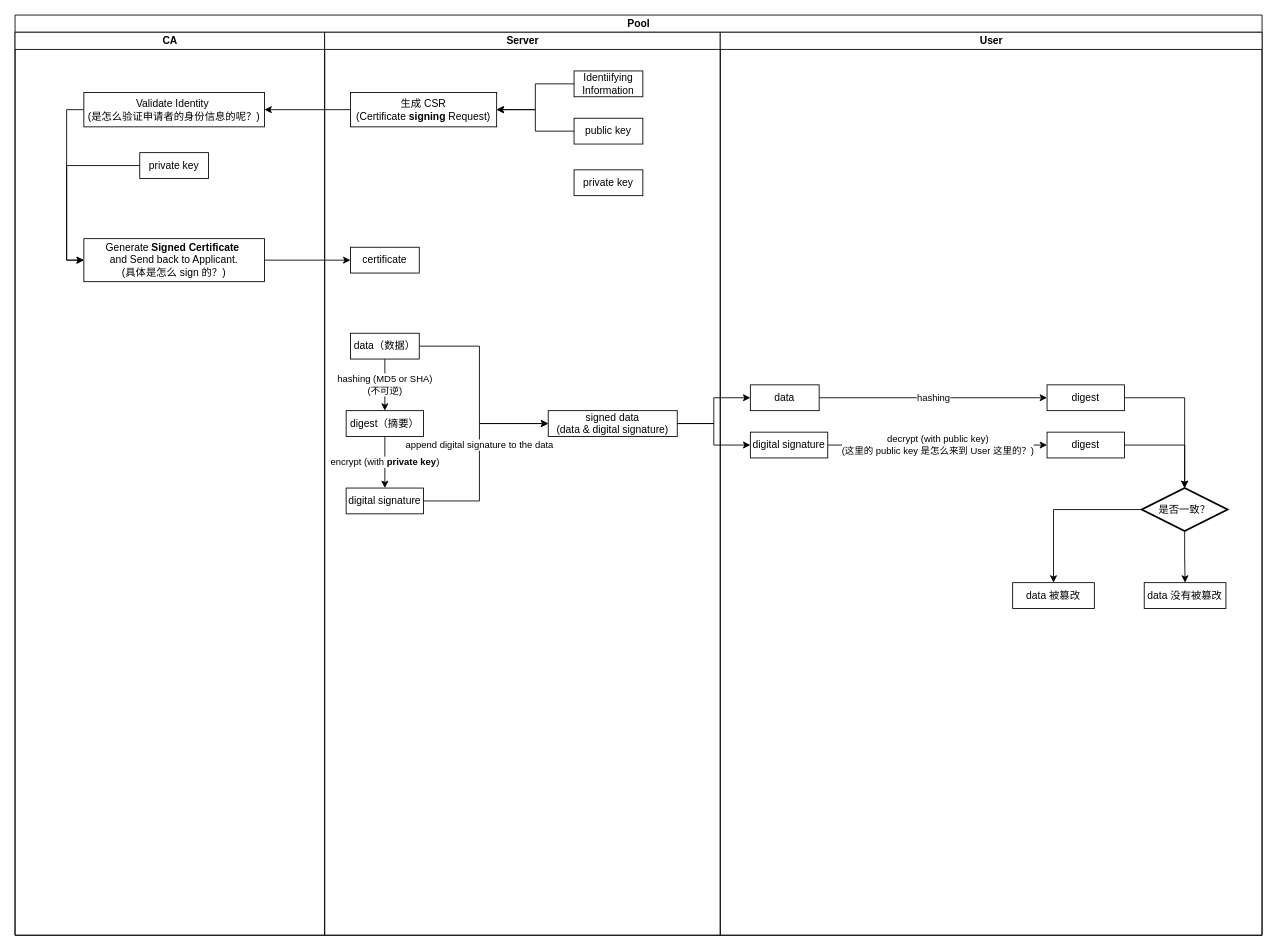
This is HTTPS 与数字签名.drawio from kevinfszu/draw.io-diagram, a draw.io file, before an edit. Source tidied: cells renumbered, new cells numbered last; positions are measured from the earlier drawing's top-left corner, leaving out a move shared by most shapes. Both pictures are drawn from the tidied source at 86%, with x=0, y=0 at pixel (15, 15).
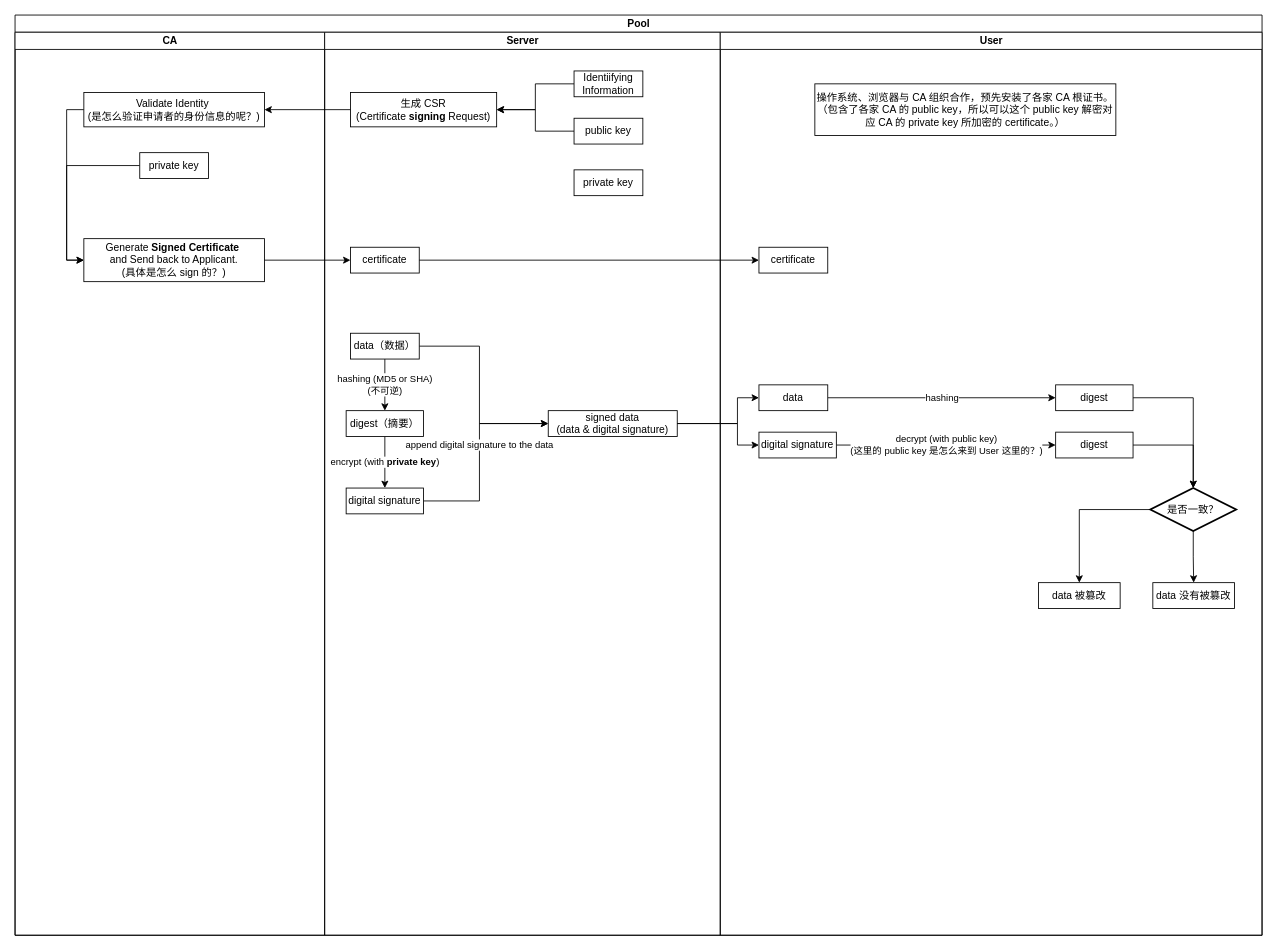
The same diagram, later.

Commit message:
更新HTTPS 与数字签名.drawio

The change refers to these unchanged cells:
```xml
<mxCell id="2" value="Pool" style="swimlane;html=1;startSize=20;" parent="1" vertex="1">
  <mxGeometry width="1450" height="1070" as="geometry" />
</mxCell>
<mxCell id="23" value="certificate" style="whiteSpace=wrap;html=1;" parent="9" vertex="1">
  <mxGeometry x="30" y="250" width="80" height="30" as="geometry" />
</mxCell>
<mxCell id="24" value="signed data&lt;br&gt;(data &amp;amp; digital signature)" style="whiteSpace=wrap;html=1;" parent="9" vertex="1">
  <mxGeometry x="260" y="440" width="150" height="30" as="geometry" />
</mxCell>
<mxCell id="25" value="User" style="swimlane;html=1;startSize=20;" parent="2" vertex="1">
  <mxGeometry x="820" y="20" width="630" height="1050" as="geometry" />
</mxCell>
```

What changed in the source:
```diff
@@
     <mxCell id="27" value="data" style="whiteSpace=wrap;html=1;" parent="25" vertex="1">
-      <mxGeometry x="35" y="410" width="80" height="30" as="geometry" />
+      <mxGeometry x="45" y="410" width="80" height="30" as="geometry" />
     </mxCell>
@@
     <mxCell id="29" value="digital signature" style="whiteSpace=wrap;html=1;" parent="25" vertex="1">
-      <mxGeometry x="35" y="465" width="90" height="30" as="geometry" />
+      <mxGeometry x="45" y="465" width="90" height="30" as="geometry" />
     </mxCell>
@@
     <mxCell id="31" value="digest" style="whiteSpace=wrap;html=1;" parent="25" vertex="1">
-      <mxGeometry x="380" y="410" width="90" height="30" as="geometry" />
+      <mxGeometry x="390" y="410" width="90" height="30" as="geometry" />
     </mxCell>
@@
     <mxCell id="33" value="digest" style="whiteSpace=wrap;html=1;" parent="25" vertex="1">
-      <mxGeometry x="380" y="465" width="90" height="30" as="geometry" />
+      <mxGeometry x="390" y="465" width="90" height="30" as="geometry" />
     </mxCell>
@@
     <mxCell id="36" value="是否一致？" style="strokeWidth=2;html=1;shape=mxgraph.flowchart.decision;whiteSpace=wrap;" parent="25" vertex="1">
-      <mxGeometry x="490" y="530" width="100" height="50" as="geometry" />
+      <mxGeometry x="500" y="530" width="100" height="50" as="geometry" />
     </mxCell>
     <mxCell id="37" value="data 没有被篡改" style="whiteSpace=wrap;html=1;" parent="25" vertex="1">
-      <mxGeometry x="493" y="640" width="95" height="30" as="geometry" />
+      <mxGeometry x="503" y="640" width="95" height="30" as="geometry" />
     </mxCell>
     <mxCell id="38" value="data 被篡改" style="whiteSpace=wrap;html=1;" parent="25" vertex="1">
-      <mxGeometry x="340" y="640" width="95" height="30" as="geometry" />
+      <mxGeometry x="370" y="640" width="95" height="30" as="geometry" />
     </mxCell>
+    <mxCell id="43" value="certificate" style="whiteSpace=wrap;html=1;" parent="25" vertex="1">
+      <mxGeometry x="45" y="250" width="80" height="30" as="geometry" />
+    </mxCell>
+    <mxCell id="44" value="操作系统、浏览器与 CA 组织合作，预先安装了各家 CA 根证书。&lt;br&gt;（包含了各家 CA 的 public key，所以可以这个 public key 解密对应 CA 的 private key 所加密的 certificate。）" style="whiteSpace=wrap;html=1;" parent="25" vertex="1">
+      <mxGeometry x="110" y="60" width="350" height="60" as="geometry" />
+    </mxCell>
@@
     <mxCell id="41" style="edgeStyle=orthogonalEdgeStyle;rounded=0;jettySize=auto;html=1;exitX=1;exitY=0.5;exitDx=0;exitDy=0;entryX=0;entryY=0.5;entryDx=0;entryDy=0;" parent="2" edge="1" source="24" target="27">
-      <mxGeometry relative="1" as="geometry" />
+      <mxGeometry relative="1" as="geometry">
+        <Array as="points">
+          <mxPoint x="840" y="475" />
+          <mxPoint x="840" y="445" />
+        </Array>
+      </mxGeometry>
     </mxCell>
     <mxCell id="42" style="edgeStyle=orthogonalEdgeStyle;rounded=0;jettySize=auto;html=1;exitX=1;exitY=0.5;exitDx=0;exitDy=0;entryX=0;entryY=0.5;entryDx=0;entryDy=0;" parent="2" edge="1" source="24" target="29">
-      <mxGeometry relative="1" as="geometry" />
+      <mxGeometry relative="1" as="geometry">
+        <Array as="points">
+          <mxPoint x="840" y="475" />
+          <mxPoint x="840" y="500" />
+        </Array>
+      </mxGeometry>
     </mxCell>
+    <mxCell id="45" style="edgeStyle=orthogonalEdgeStyle;rounded=0;jettySize=auto;html=1;exitX=1;exitY=0.5;exitDx=0;exitDy=0;entryX=0;entryY=0.5;entryDx=0;entryDy=0;" parent="2" edge="1" source="23" target="43">
+      <mxGeometry relative="1" as="geometry" />
+    </mxCell>
```
